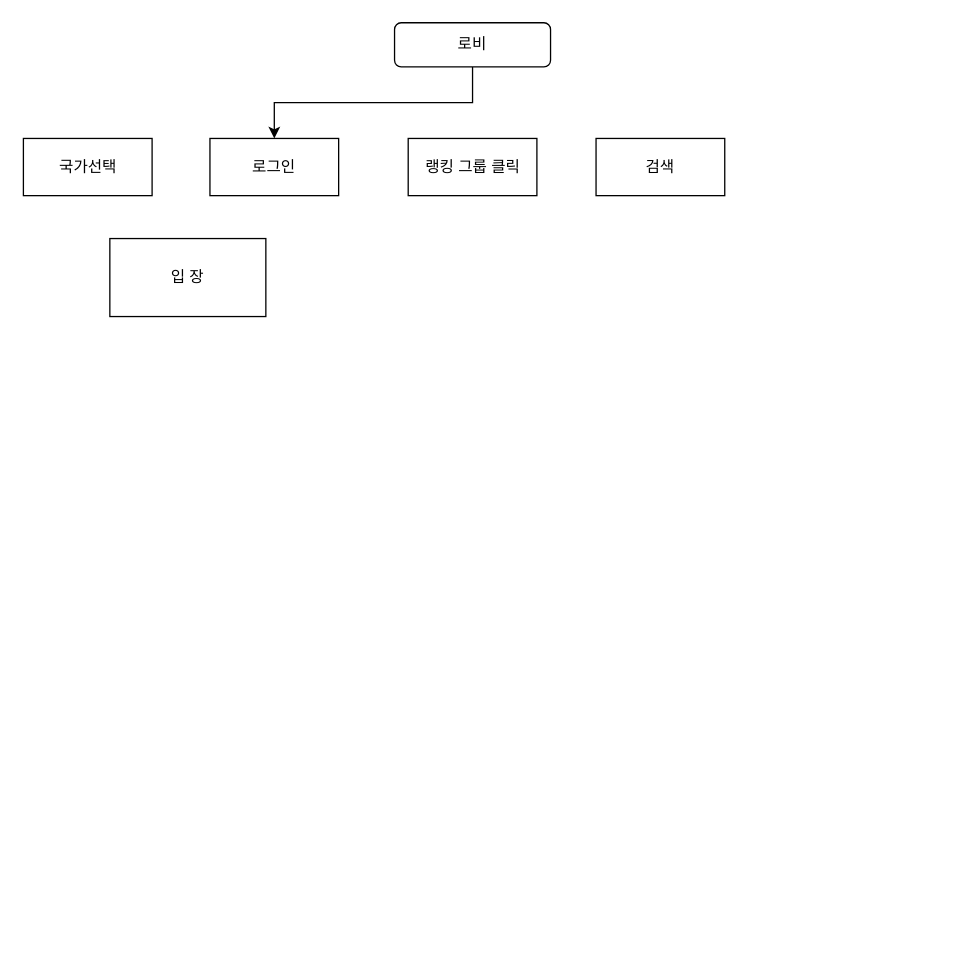
Above: Untitled Diagram.drawio in Looma1116/Project_Demotaverse (draw.io), before the change. Source tidied: cells renumbered, new cells numbered last; positions are measured from the earlier drawing's top-left corner, leaving out a move shared by most shapes. Both pictures are drawn from the tidied source at 130%, with x=0, y=0 at pixel (22, 22).
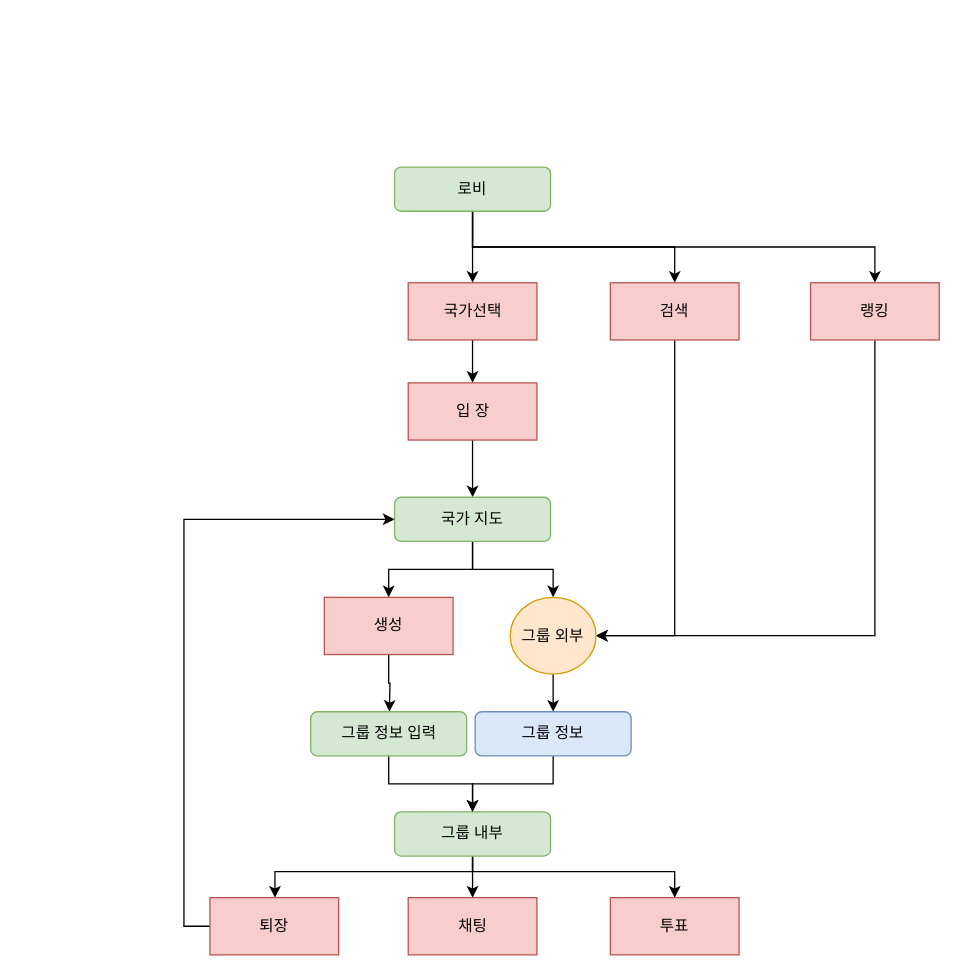
Above is the later version.

Change to the diagram source:
```diff
@@
-    <mxCell id="2" style="edgeStyle=orthogonalEdgeStyle;rounded=0;jettySize=auto;html=1;entryX=0.5;entryY=0;entryDx=0;entryDy=0;exitX=0.5;exitY=1;exitDx=0;exitDy=0;" parent="1" edge="1" source="3" target="4">
-      <mxGeometry relative="1" as="geometry" />
+    <mxCell id="2" style="edgeStyle=orthogonalEdgeStyle;rounded=0;jettySize=auto;html=1;exitX=0.5;exitY=1;exitDx=0;exitDy=0;" parent="1" edge="1" source="3">
+      <mxGeometry relative="1" as="geometry">
+        <mxPoint x="346" y="200" as="targetPoint" />
+      </mxGeometry>
     </mxCell>
+    <mxCell id="9" style="edgeStyle=orthogonalEdgeStyle;rounded=0;jettySize=auto;html=1;exitX=0.5;exitY=1;exitDx=0;exitDy=0;entryX=0.5;entryY=0;entryDx=0;entryDy=0;" parent="1" edge="1" source="3" target="6">
+      <mxGeometry relative="1" as="geometry" />
+    </mxCell>
+    <mxCell id="10" style="edgeStyle=orthogonalEdgeStyle;rounded=0;jettySize=auto;html=1;exitX=0.5;exitY=1;exitDx=0;exitDy=0;" parent="1" edge="1" source="3" target="15">
+      <mxGeometry relative="1" as="geometry" />
+    </mxCell>
-    <mxCell id="3" value="로비" style="rounded=1;whiteSpace=wrap;html=1;fontSize=12;glass=0;strokeWidth=1;shadow=0;" parent="1" vertex="1">
-      <mxGeometry x="286" width="120" height="34" as="geometry" />
+    <mxCell id="3" value="로비" style="rounded=1;whiteSpace=wrap;html=1;fontSize=12;glass=0;strokeWidth=1;shadow=0;fillColor=#d5e8d4;strokeColor=#82b366;" parent="1" vertex="1">
+      <mxGeometry x="286" y="111" width="120" height="34" as="geometry" />
     </mxCell>
-    <mxCell id="4" value="로그인" style="rounded=0;whiteSpace=wrap;html=1;" parent="1" vertex="1">
-      <mxGeometry x="144" y="89" width="99" height="44" as="geometry" />
-    </mxCell>
-    <mxCell id="5" value="랭킹 그룹 클릭" style="rounded=0;whiteSpace=wrap;html=1;" parent="1" vertex="1">
-      <mxGeometry x="296.5" y="89" width="99" height="44" as="geometry" />
-    </mxCell>
+    <mxCell id="11" style="edgeStyle=orthogonalEdgeStyle;rounded=0;jettySize=auto;html=1;exitX=0.5;exitY=1;exitDx=0;exitDy=0;entryX=1;entryY=0.5;entryDx=0;entryDy=0;" parent="1" edge="1" source="6" target="22">
+      <mxGeometry relative="1" as="geometry">
+        <Array as="points">
+          <mxPoint x="502" y="472" />
+        </Array>
+      </mxGeometry>
+    </mxCell>
-    <mxCell id="6" value="검색" style="rounded=0;whiteSpace=wrap;html=1;" parent="1" vertex="1">
-      <mxGeometry x="441" y="89" width="99" height="44" as="geometry" />
+    <mxCell id="6" value="검색" style="rounded=0;whiteSpace=wrap;html=1;fillColor=#f8cecc;strokeColor=#b85450;" parent="1" vertex="1">
+      <mxGeometry x="452" y="200" width="99" height="44" as="geometry" />
     </mxCell>
+    <mxCell id="12" style="edgeStyle=orthogonalEdgeStyle;rounded=0;jettySize=auto;html=1;" parent="1" edge="1" source="7" target="8">
+      <mxGeometry relative="1" as="geometry" />
+    </mxCell>
-    <mxCell id="7" value="국가선택" style="rounded=0;whiteSpace=wrap;html=1;" parent="1" vertex="1">
-      <mxGeometry x="0.5" y="89" width="99" height="44" as="geometry" />
+    <mxCell id="7" value="국가선택" style="rounded=0;whiteSpace=wrap;html=1;fillColor=#f8cecc;strokeColor=#b85450;" parent="1" vertex="1">
+      <mxGeometry x="296.5" y="200" width="99" height="44" as="geometry" />
     </mxCell>
+    <mxCell id="13" style="edgeStyle=orthogonalEdgeStyle;rounded=0;jettySize=auto;html=1;" parent="1" edge="1" source="8" target="18">
+      <mxGeometry relative="1" as="geometry" />
+    </mxCell>
-    <mxCell id="8" value="입 장" style="rounded=0;whiteSpace=wrap;html=1;" parent="1" vertex="1">
-      <mxGeometry x="67" y="166" width="120" height="60" as="geometry" />
+    <mxCell id="8" value="입 장" style="rounded=0;whiteSpace=wrap;html=1;fillColor=#f8cecc;strokeColor=#b85450;" parent="1" vertex="1">
+      <mxGeometry x="296.5" y="277" width="99" height="44" as="geometry" />
     </mxCell>
+    <mxCell id="14" style="edgeStyle=orthogonalEdgeStyle;rounded=0;jettySize=auto;html=1;exitX=0.5;exitY=1;exitDx=0;exitDy=0;entryX=1;entryY=0.5;entryDx=0;entryDy=0;" parent="1" edge="1" source="15" target="22">
+      <mxGeometry relative="1" as="geometry" />
+    </mxCell>
+    <mxCell id="15" value="랭킹" style="rounded=0;whiteSpace=wrap;html=1;fillColor=#f8cecc;strokeColor=#b85450;" parent="1" vertex="1">
+      <mxGeometry x="606" y="200" width="99" height="44" as="geometry" />
+    </mxCell>
+    <mxCell id="16" style="edgeStyle=orthogonalEdgeStyle;rounded=0;jettySize=auto;html=1;entryX=0.5;entryY=0;entryDx=0;entryDy=0;" parent="1" edge="1" source="18" target="20">
+      <mxGeometry relative="1" as="geometry" />
+    </mxCell>
+    <mxCell id="17" style="edgeStyle=orthogonalEdgeStyle;rounded=0;jettySize=auto;html=1;" parent="1" edge="1" source="18" target="22">
+      <mxGeometry relative="1" as="geometry" />
+    </mxCell>
+    <mxCell id="18" value="국가 지도" style="rounded=1;whiteSpace=wrap;html=1;fontSize=12;glass=0;strokeWidth=1;shadow=0;fillColor=#d5e8d4;strokeColor=#82b366;" parent="1" vertex="1">
+      <mxGeometry x="286" y="365" width="120" height="34" as="geometry" />
+    </mxCell>
+    <mxCell id="19" style="edgeStyle=orthogonalEdgeStyle;rounded=0;jettySize=auto;html=1;exitX=0.5;exitY=1;exitDx=0;exitDy=0;" parent="1" edge="1" source="20">
+      <mxGeometry relative="1" as="geometry">
+        <mxPoint x="282" y="530" as="targetPoint" />
+      </mxGeometry>
+    </mxCell>
+    <mxCell id="20" value="생성" style="rounded=0;whiteSpace=wrap;html=1;fillColor=#f8cecc;strokeColor=#b85450;" parent="1" vertex="1">
+      <mxGeometry x="232" y="442" width="99" height="44" as="geometry" />
+    </mxCell>
+    <mxCell id="21" style="edgeStyle=orthogonalEdgeStyle;rounded=0;jettySize=auto;html=1;" parent="1" edge="1" source="22" target="28">
+      <mxGeometry relative="1" as="geometry" />
+    </mxCell>
+    <mxCell id="22" value="그룹 외부" style="ellipse;whiteSpace=wrap;html=1;fillColor=#ffe6cc;strokeColor=#d79b00;" parent="1" vertex="1">
+      <mxGeometry x="375" y="442" width="66" height="59" as="geometry" />
+    </mxCell>
+    <mxCell id="23" style="edgeStyle=orthogonalEdgeStyle;rounded=0;jettySize=auto;html=1;" parent="1" edge="1" source="26" target="31">
+      <mxGeometry relative="1" as="geometry" />
+    </mxCell>
+    <mxCell id="24" style="edgeStyle=orthogonalEdgeStyle;rounded=0;jettySize=auto;html=1;entryX=0.5;entryY=0;entryDx=0;entryDy=0;exitX=0.5;exitY=1;exitDx=0;exitDy=0;" parent="1" edge="1" source="26" target="32">
+      <mxGeometry relative="1" as="geometry">
+        <Array as="points">
+          <mxPoint x="346" y="653" />
+          <mxPoint x="502" y="653" />
+        </Array>
+      </mxGeometry>
+    </mxCell>
+    <mxCell id="25" style="edgeStyle=orthogonalEdgeStyle;rounded=0;jettySize=auto;html=1;exitX=0.5;exitY=1;exitDx=0;exitDy=0;" parent="1" edge="1" source="26" target="34">
+      <mxGeometry relative="1" as="geometry">
+        <Array as="points">
+          <mxPoint x="346" y="653" />
+          <mxPoint x="194" y="653" />
+        </Array>
+      </mxGeometry>
+    </mxCell>
+    <mxCell id="26" value="그룹 내부" style="rounded=1;whiteSpace=wrap;html=1;fontSize=12;glass=0;strokeWidth=1;shadow=0;fillColor=#d5e8d4;strokeColor=#82b366;" parent="1" vertex="1">
+      <mxGeometry x="286" y="607" width="120" height="34" as="geometry" />
+    </mxCell>
+    <mxCell id="27" style="edgeStyle=orthogonalEdgeStyle;rounded=0;jettySize=auto;html=1;exitX=0.5;exitY=1;exitDx=0;exitDy=0;entryX=0.5;entryY=0;entryDx=0;entryDy=0;" parent="1" edge="1" source="28" target="26">
+      <mxGeometry relative="1" as="geometry" />
+    </mxCell>
+    <mxCell id="28" value="그룹 정보" style="rounded=1;whiteSpace=wrap;html=1;fontSize=12;glass=0;strokeWidth=1;shadow=0;fillColor=#dae8fc;strokeColor=#6c8ebf;" parent="1" vertex="1">
+      <mxGeometry x="348" y="530" width="120" height="34" as="geometry" />
+    </mxCell>
+    <mxCell id="29" style="edgeStyle=orthogonalEdgeStyle;rounded=0;jettySize=auto;html=1;entryX=0.5;entryY=0;entryDx=0;entryDy=0;" parent="1" edge="1" source="30" target="26">
+      <mxGeometry relative="1" as="geometry" />
+    </mxCell>
+    <mxCell id="30" value="그룹 정보 입력" style="rounded=1;whiteSpace=wrap;html=1;fontSize=12;glass=0;strokeWidth=1;shadow=0;fillColor=#d5e8d4;strokeColor=#82b366;" parent="1" vertex="1">
+      <mxGeometry x="221.5" y="530" width="120" height="34" as="geometry" />
+    </mxCell>
+    <mxCell id="31" value="채팅" style="whiteSpace=wrap;html=1;fillColor=#f8cecc;strokeColor=#b85450;" parent="1" vertex="1">
+      <mxGeometry x="296.5" y="673" width="99" height="44" as="geometry" />
+    </mxCell>
+    <mxCell id="32" value="투표" style="whiteSpace=wrap;html=1;fillColor=#f8cecc;strokeColor=#b85450;" parent="1" vertex="1">
+      <mxGeometry x="452" y="673" width="99" height="44" as="geometry" />
+    </mxCell>
+    <mxCell id="33" style="edgeStyle=orthogonalEdgeStyle;rounded=0;jettySize=auto;html=1;entryX=0;entryY=0.5;entryDx=0;entryDy=0;exitX=0;exitY=0.5;exitDx=0;exitDy=0;" parent="1" edge="1" source="34" target="18">
+      <mxGeometry relative="1" as="geometry" />
+    </mxCell>
+    <mxCell id="34" value="퇴장" style="whiteSpace=wrap;html=1;fillColor=#f8cecc;strokeColor=#b85450;" parent="1" vertex="1">
+      <mxGeometry x="144" y="673" width="99" height="44" as="geometry" />
+    </mxCell>
```
